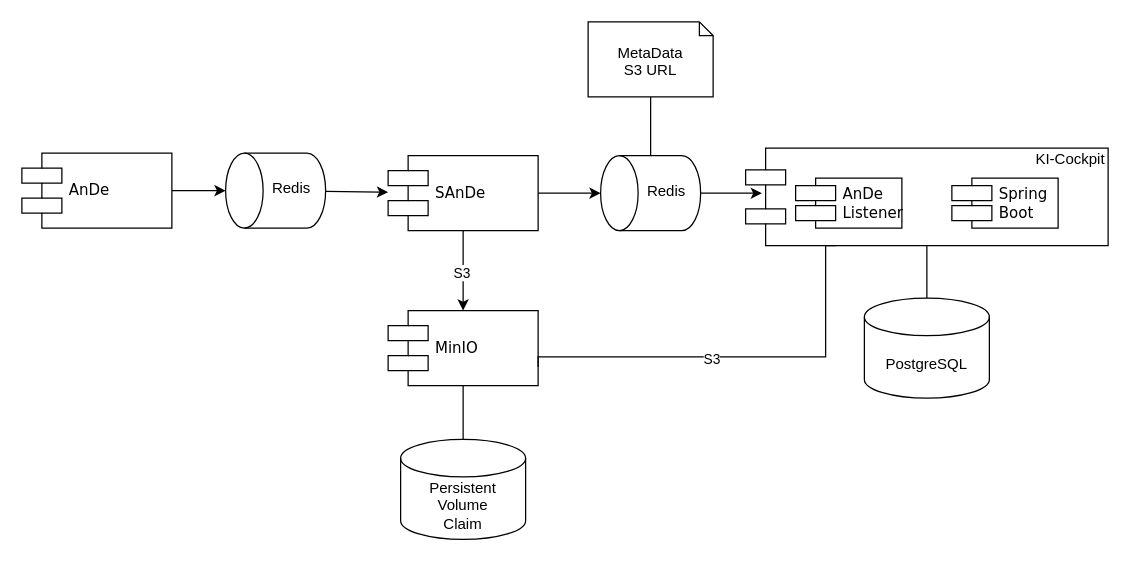
starwit/ai-cockpit keeps this draw.io diagram as page "draft" (1 of 2) of docs/imgs/AnDe-Integration.drawio. Above is the earlier version. Source tidied: cells renumbered, new cells numbered last; positions are measured from the earlier drawing's top-left corner, leaving out a move shared by most shapes. Both pictures are drawn from the tidied source at 125%, with x=0, y=0 at pixel (21, 21).
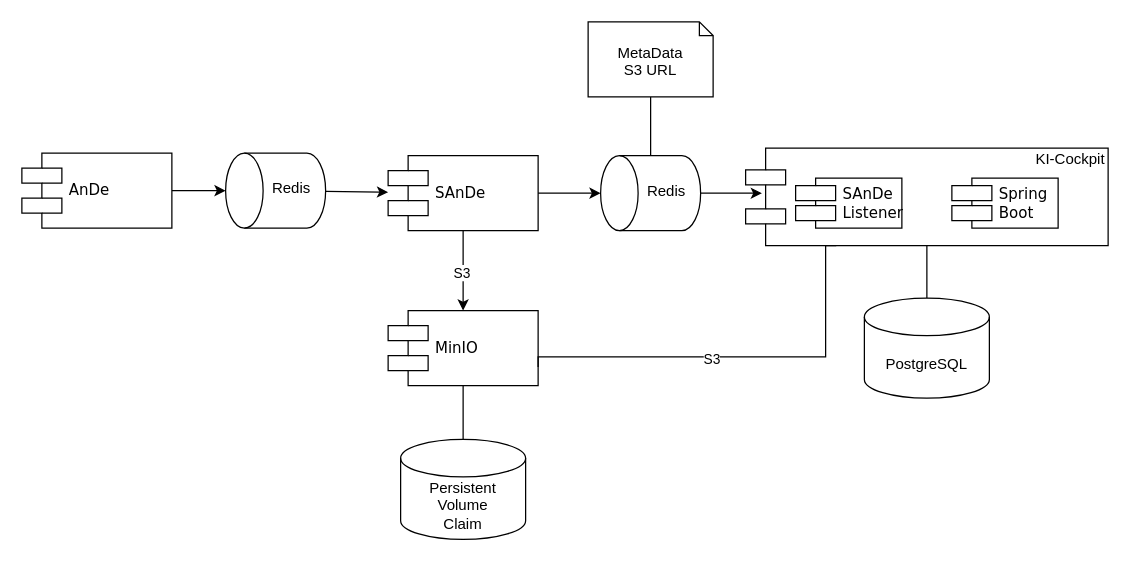
The same page after the edit.

Commit message:
correced achritecture picture

What changed in the source:
```diff
@@
-    <mxCell id="12" value="AnDe&lt;br&gt;Listener" style="shape=component;align=left;spacingLeft=36;rounded=0;shadow=0;comic=0;labelBackgroundColor=none;strokeWidth=1;fontFamily=Verdana;fontSize=12;html=1;" parent="1" vertex="1">
+    <mxCell id="12" value="SAnDe&lt;br&gt;Listener" style="shape=component;align=left;spacingLeft=36;rounded=0;shadow=0;comic=0;labelBackgroundColor=none;strokeWidth=1;fontFamily=Verdana;fontSize=12;html=1;" parent="1" vertex="1">
       <mxGeometry x="619" y="125" width="85" height="40" as="geometry" />
     </mxCell>
```
